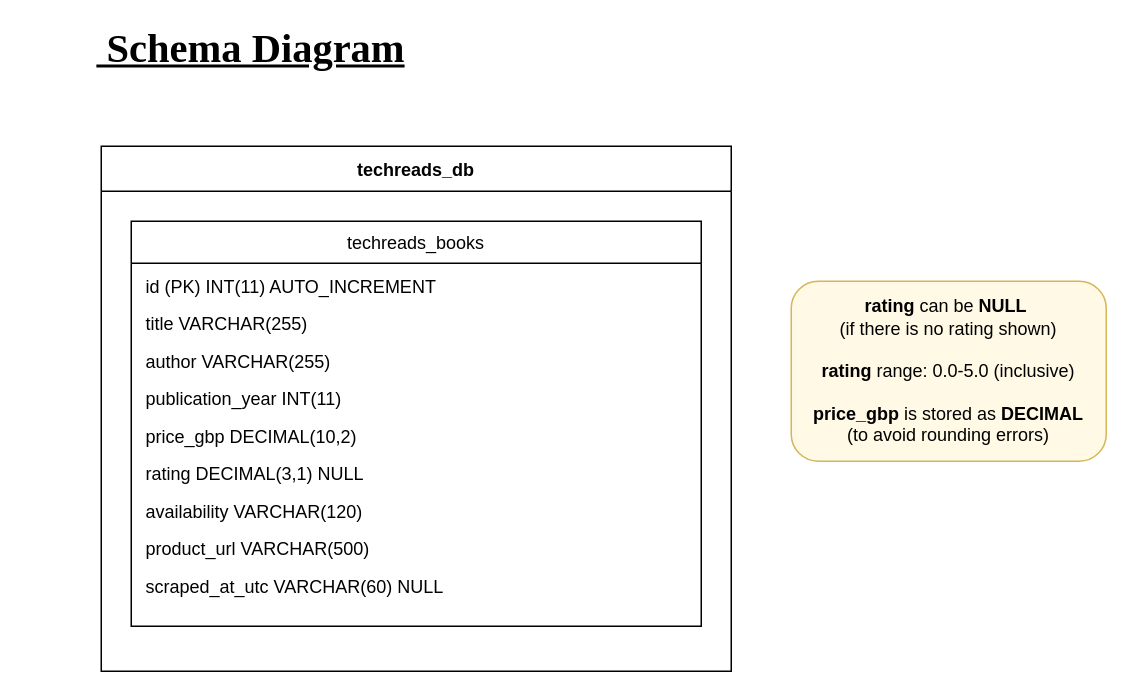
The draw.io diagram diagrams/techreads_schema.drawio in Data-Engineering123/Data-Engineering, before the edit. Source tidied: cells renumbered, new cells numbered last; positions are measured from the earlier drawing's top-left corner, leaving out a move shared by most shapes. Both pictures are drawn from the tidied source at 150%, with x=0, y=0 at pixel (26, 26).
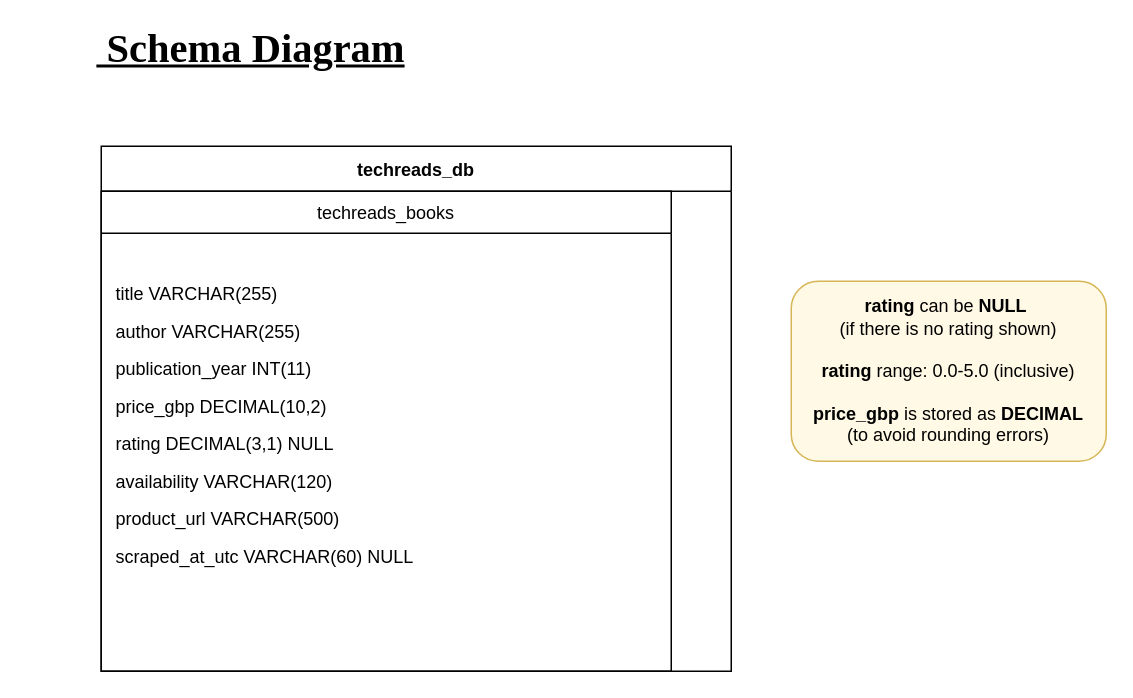
The same page after the edit.

Change to the diagram source:
```diff
@@
 <mxGraphModel>
   <root>
     <mxCell id="0" />
     <mxCell id="1" parent="0" />
     <mxCell id="2" value="techreads_db" style="swimlane;fontStyle=1;horizontal=1;startSize=30;" parent="1" vertex="1">
       <mxGeometry x="50" y="80" width="420" height="350" as="geometry" />
     </mxCell>
     <mxCell id="3" value="techreads_books" style="shape=table;startSize=28;" parent="2" vertex="1">
-      <mxGeometry x="20" y="50" width="380" height="270" as="geometry" />
+      <mxGeometry y="30" width="380" height="320" as="geometry" />
     </mxCell>
-    <mxCell id="4" value="id (PK) INT(11) AUTO_INCREMENT" style="text;align=left;spacingLeft=8;" parent="3" vertex="1">
-      <mxGeometry y="30" width="380" height="25" as="geometry" />
-    </mxCell>
     <mxCell id="5" value="title VARCHAR(255)" style="text;align=left;spacingLeft=8;" parent="3" vertex="1">
       <mxGeometry y="55" width="380" height="25" as="geometry" />
     </mxCell>
     <mxCell id="6" value="author VARCHAR(255)" style="text;align=left;spacingLeft=8;" parent="3" vertex="1">
       <mxGeometry y="80" width="380" height="25" as="geometry" />
     </mxCell>
     <mxCell id="7" value="publication_year INT(11)" style="text;align=left;spacingLeft=8;" parent="3" vertex="1">
       <mxGeometry y="105" width="380" height="25" as="geometry" />
     </mxCell>
     <mxCell id="8" value="price_gbp DECIMAL(10,2)" style="text;align=left;spacingLeft=8;" parent="3" vertex="1">
       <mxGeometry y="130" width="380" height="25" as="geometry" />
     </mxCell>
     <mxCell id="9" value="rating DECIMAL(3,1) NULL" style="text;align=left;spacingLeft=8;" parent="3" vertex="1">
       <mxGeometry y="155" width="380" height="25" as="geometry" />
     </mxCell>
     <mxCell id="10" value="availability VARCHAR(120)" style="text;align=left;spacingLeft=8;" parent="3" vertex="1">
       <mxGeometry y="180" width="380" height="25" as="geometry" />
     </mxCell>
     <mxCell id="11" value="product_url VARCHAR(500)" style="text;align=left;spacingLeft=8;" parent="3" vertex="1">
       <mxGeometry y="205" width="380" height="25" as="geometry" />
     </mxCell>
     <mxCell id="12" value="scraped_at_utc VARCHAR(60) NULL" style="text;align=left;spacingLeft=8;" parent="3" vertex="1">
       <mxGeometry y="230" width="380" height="25" as="geometry" />
     </mxCell>
     <mxCell id="13" value="&lt;b&gt;rating&lt;/b&gt; can be &lt;b&gt;NULL&amp;nbsp;&lt;/b&gt;&lt;div&gt;(if there is no rating shown)&lt;div&gt;&lt;br&gt;&lt;div&gt;&lt;b&gt;rating&lt;/b&gt; range: 0.0-5.0 (inclusive)&lt;/div&gt;&lt;div&gt;&lt;br&gt;&lt;/div&gt;&lt;div&gt;&lt;b&gt;price_gbp&lt;/b&gt; is stored as &lt;b&gt;DECIMAL&lt;/b&gt;&lt;/div&gt;&lt;div&gt;&lt;span style=&quot;background-color: transparent; color: light-dark(rgb(0, 0, 0), rgb(255, 255, 255));&quot;&gt;(to avoid rounding errors)&lt;/span&gt;&lt;/div&gt;&lt;/div&gt;&lt;/div&gt;" style="text;html=1;align=center;verticalAlign=middle;whiteSpace=wrap;rounded=1;fillColor=light-dark(#fff9e5, #281d00);strokeColor=#d6b656;" parent="1" vertex="1">
       <mxGeometry x="510" y="170" width="210" height="120" as="geometry" />
     </mxCell>
     <mxCell id="14" value="&lt;p style=&quot;margin: 0px; font-variant-numeric: normal; font-variant-east-asian: normal; font-variant-alternates: normal; font-size-adjust: none; font-language-override: normal; font-kerning: auto; font-optical-sizing: auto; font-feature-settings: normal; font-variation-settings: normal; font-variant-position: normal; font-variant-emoji: normal; font-stretch: normal; line-height: normal; font-family: &amp;quot;Times New Roman&amp;quot;; text-align: start;&quot; class=&quot;p1&quot;&gt;&lt;u style=&quot;font-size: 27px;&quot;&gt;&lt;b&gt;&lt;span class=&quot;Apple-converted-space&quot;&gt;&amp;nbsp;S&lt;/span&gt;chema Diagram&lt;/b&gt;&lt;/u&gt;&lt;/p&gt;" style="text;html=1;align=center;verticalAlign=middle;whiteSpace=wrap;rounded=0;" parent="1" vertex="1">
       <mxGeometry width="300" height="30" as="geometry" />
     </mxCell>
   </root>
 </mxGraphModel>
```
